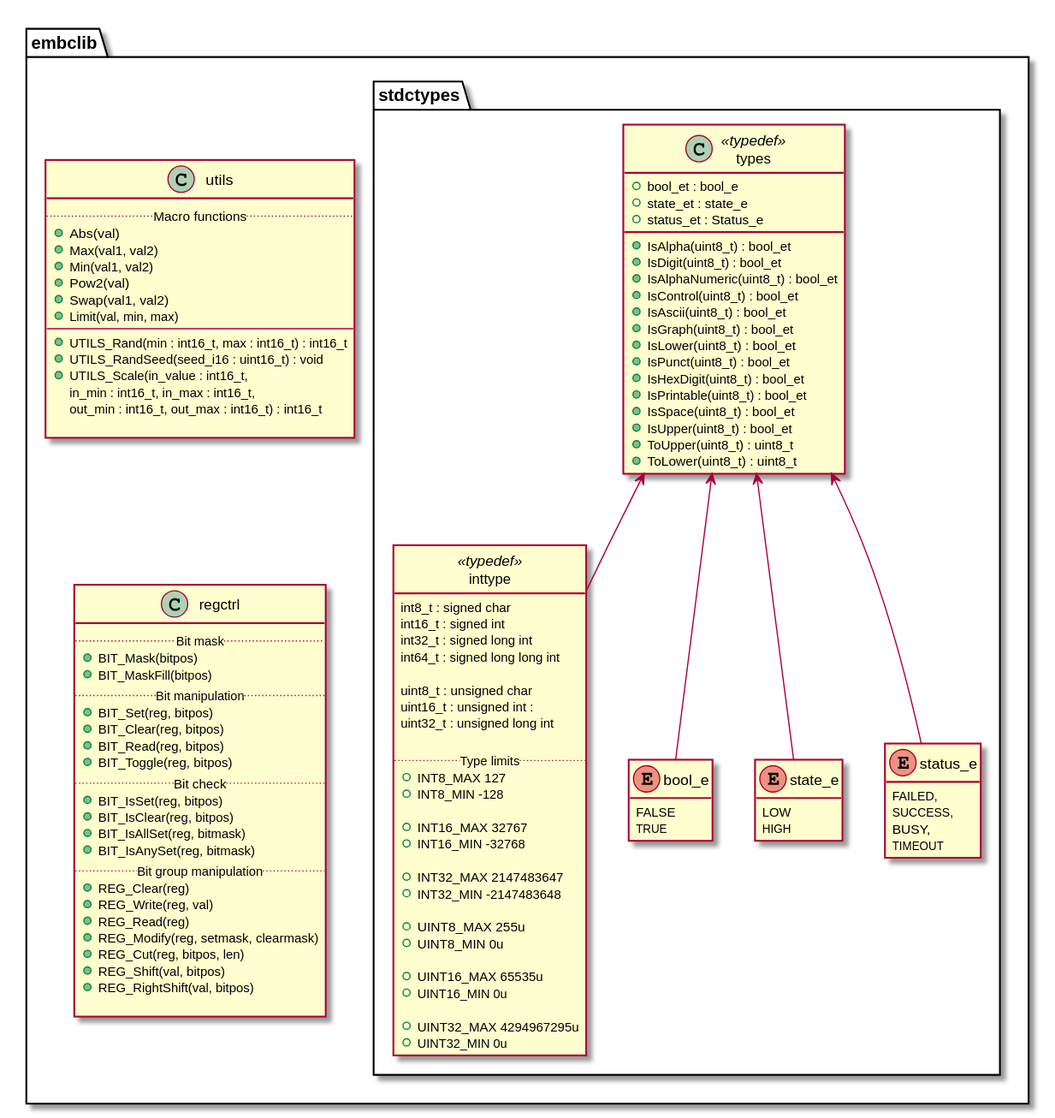
Before: docs/diagrams/out/embclib/embclib.svg, a diagram exported from PlantUML (binarymaker/embclib).
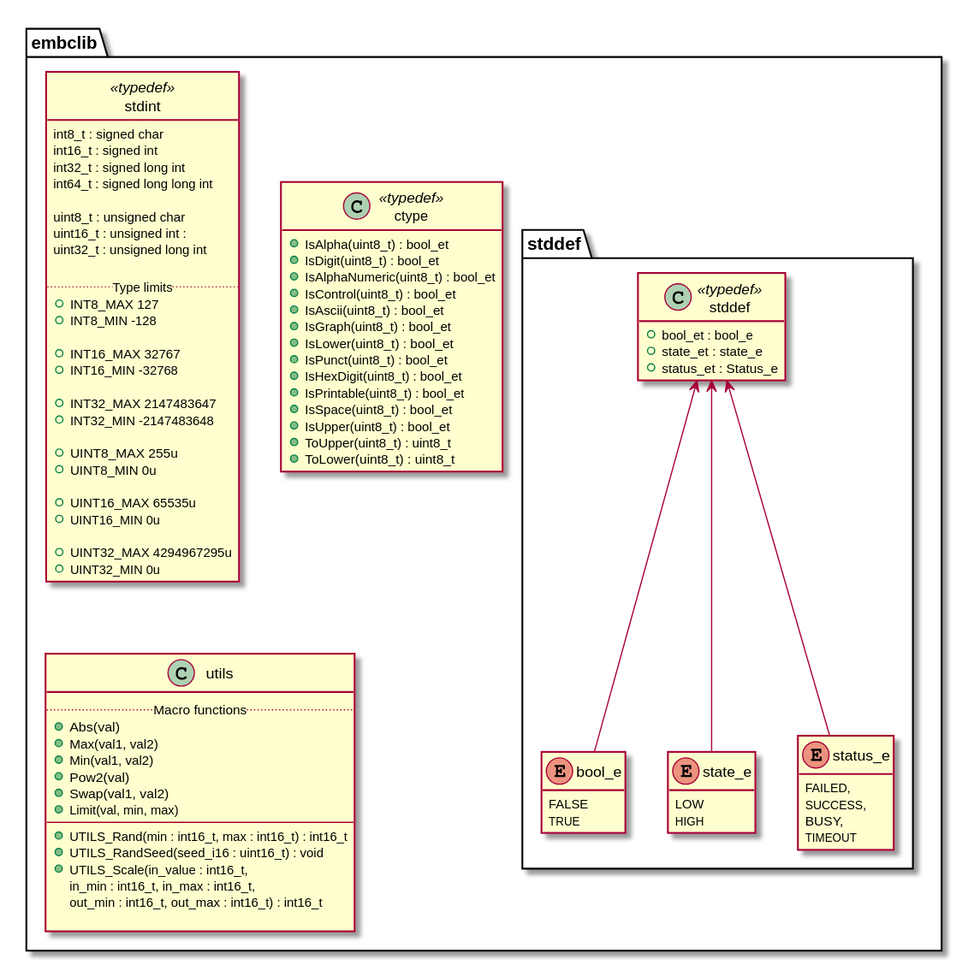
The same diagram one commit later.

Diff of the diagram source:
```diff
@@ -2,11 +2,8 @@
 
 package embclib
 {
-  package stdctypes
-  {
 
-
-class inttype << typedef >>
+class stdint << typedef >>
 {
   int8_t : signed char
   int16_t : signed int
@@ -37,30 +34,18 @@
   + UINT32_MIN  0u
 }
 
-hide inttype circle
-hide inttype Attribute
+hide stdint circle
+hide stdint Attribute
 
 
-class types << typedef >>
+  package stddef
+  {
+
+class stddef << typedef >>
 {
   + bool_et : bool_e
   + state_et : state_e
   + status_et : Status_e
-
-  + IsAlpha(uint8_t) : bool_et
-  + IsDigit(uint8_t) : bool_et
-  + IsAlphaNumeric(uint8_t) : bool_et
-  + IsControl(uint8_t) : bool_et
-  + IsAscii(uint8_t) : bool_et
-  + IsGraph(uint8_t) : bool_et
-  + IsLower(uint8_t) : bool_et
-  + IsPunct(uint8_t) : bool_et
-  + IsHexDigit(uint8_t) : bool_et
-  + IsPrintable(uint8_t) : bool_et
-  + IsSpace(uint8_t) : bool_et
-  + IsUpper(uint8_t) : bool_et
-  + ToUpper(uint8_t) : uint8_t
-  + ToLower(uint8_t) : uint8_t
 }
 
 enum bool_e
@@ -84,14 +69,35 @@
 }
 
 hide enum method
+hide stddef method
 
-inttype -up-> types
-bool_e -up-> types
-state_e -up-> types
-status_e -up-> types
+bool_e -up-> stddef
+state_e -up-> stddef
+status_e -up-> stddef
 
 
   }
+
+
+class ctype << typedef >>
+{
+  + IsAlpha(uint8_t) : bool_et
+  + IsDigit(uint8_t) : bool_et
+  + IsAlphaNumeric(uint8_t) : bool_et
+  + IsControl(uint8_t) : bool_et
+  + IsAscii(uint8_t) : bool_et
+  + IsGraph(uint8_t) : bool_et
+  + IsLower(uint8_t) : bool_et
+  + IsPunct(uint8_t) : bool_et
+  + IsHexDigit(uint8_t) : bool_et
+  + IsPrintable(uint8_t) : bool_et
+  + IsSpace(uint8_t) : bool_et
+  + IsUpper(uint8_t) : bool_et
+  + ToUpper(uint8_t) : uint8_t
+  + ToLower(uint8_t) : uint8_t
+}
+
+hide ctype attribute
 
 
 class utils
@@ -113,35 +119,7 @@
 }
 
 
-class regctrl
-{
-    .. Bit mask ..
-  + BIT_Mask(bitpos)
-  + BIT_MaskFill(bitpos)
-  .. Bit manipulation ..
-  + BIT_Set(reg, bitpos)
-  + BIT_Clear(reg, bitpos)
-  + BIT_Read(reg, bitpos)
-  + BIT_Toggle(reg, bitpos)
-  .. Bit check ..
-  + BIT_IsSet(reg, bitpos)
-  + BIT_IsClear(reg, bitpos)
-  + BIT_IsAllSet(reg, bitmask)
-  + BIT_IsAnySet(reg, bitmask)
-  .. Bit group manipulation ..
-  + REG_Clear(reg)
-  + REG_Write(reg, val)
-  + REG_Read(reg)
-  + REG_Modify(reg, setmask, clearmask)
-  + REG_Cut(reg, bitpos, len)
-  + REG_Shift(val, bitpos)
-  + REG_RightShift(val, bitpos)
 
 }
 
-
-
-  utils -[hidden]- regctrl
-}
-
 @enduml
```
